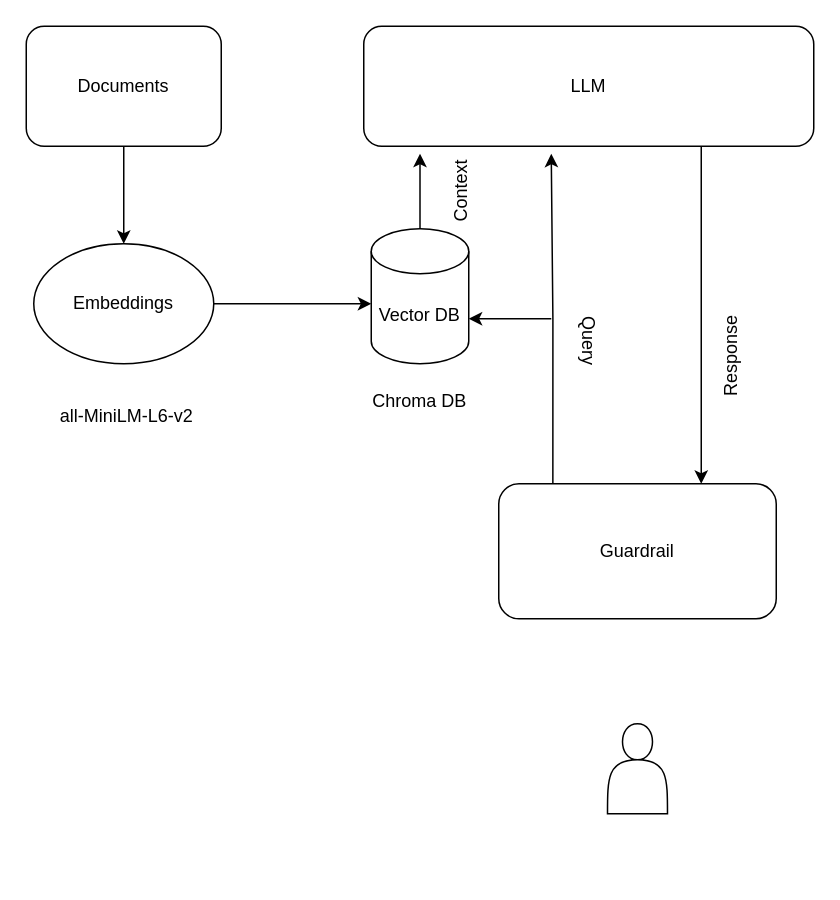
Above: Untitled Diagram.drawio in sarth-04/Workflow (draw.io), before the change. Source tidied: cells renumbered, new cells numbered last; positions are measured from the earlier drawing's top-left corner, leaving out a move shared by most shapes. Both pictures are drawn from the tidied source at 150%, with x=0, y=0 at pixel (26, 26).
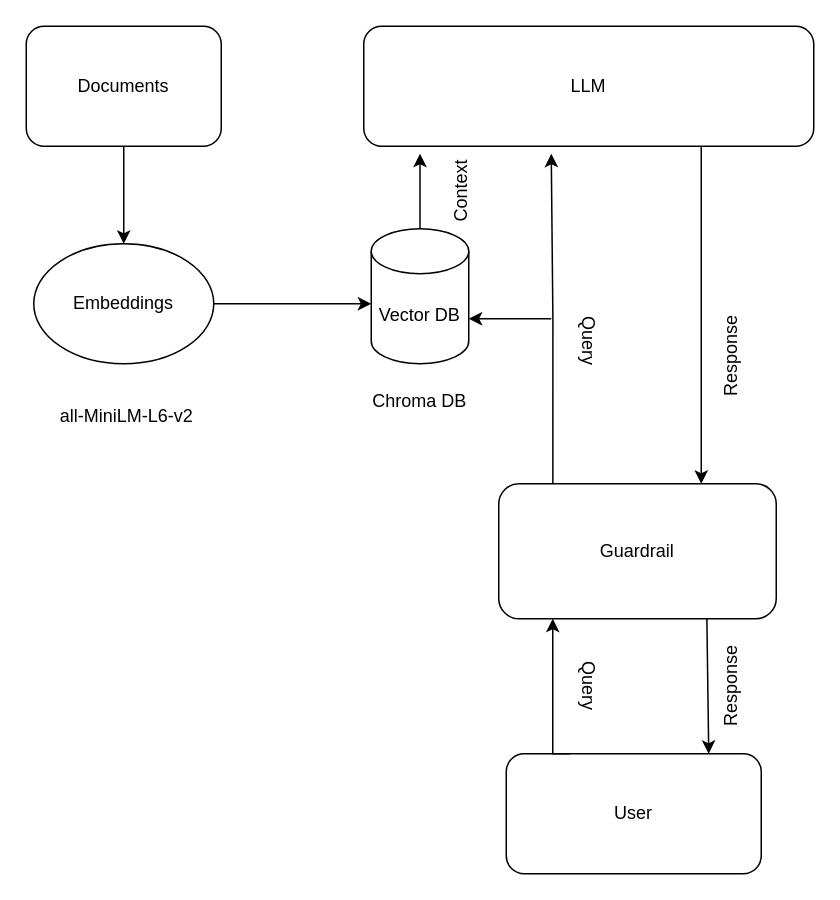
Above is the later version.

The change refers to these unchanged cells:
```xml
<mxCell id="13" value="Guardrail" style="rounded=1;whiteSpace=wrap;html=1;" parent="1" vertex="1">
  <mxGeometry x="315" y="305" width="185" height="90" as="geometry" />
</mxCell>
```

What changed in the source:
```diff
@@
-    <mxCell id="14" style="shape=actor;whiteSpace=wrap;html=1;" parent="1" vertex="1">
-      <mxGeometry x="387.5" y="465" width="40" height="60" as="geometry" />
-    </mxCell>
@@
+    <mxCell id="19" value="User" style="rounded=1;whiteSpace=wrap;html=1;" parent="1" vertex="1">
+      <mxGeometry x="320" y="485" width="170" height="80" as="geometry" />
+    </mxCell>
+    <mxCell id="20" style="edgeStyle=orthogonalEdgeStyle;rounded=0;jettySize=auto;html=1;exitX=0.25;exitY=0;exitDx=0;exitDy=0;" parent="1" edge="1" source="19">
+      <mxGeometry relative="1" as="geometry">
+        <mxPoint x="351" y="395" as="targetPoint" />
+        <Array as="points">
+          <mxPoint x="351" y="485" />
+        </Array>
+      </mxGeometry>
+    </mxCell>
+    <mxCell id="21" style="endArrow=classic;html=1;rounded=0;exitX=0.75;exitY=1;exitDx=0;exitDy=0;" parent="1" edge="1" source="13">
+      <mxGeometry relative="1" as="geometry">
+        <mxPoint x="455" y="485" as="targetPoint" />
+      </mxGeometry>
+    </mxCell>
+    <mxCell id="22" value="Query" style="text;html=1;align=center;verticalAlign=middle;whiteSpace=wrap;rounded=0;rotation=90;" parent="1" vertex="1">
+      <mxGeometry x="345" y="425" width="60" height="30" as="geometry" />
+    </mxCell>
+    <mxCell id="23" value="Response" style="text;html=1;align=center;verticalAlign=middle;whiteSpace=wrap;rounded=0;rotation=270;" parent="1" vertex="1">
+      <mxGeometry x="440" y="425" width="60" height="30" as="geometry" />
+    </mxCell>
```
